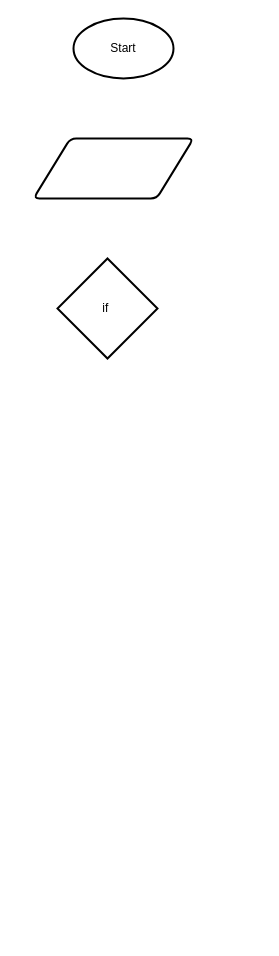
Earlier version of the draw.io diagram Flowchart.drawio (huihangisaac-ho/ICS3U-Unit3-02-Python). Source tidied: cells renumbered, new cells numbered last; positions are measured from the earlier drawing's top-left corner, leaving out a move shared by most shapes. Both pictures are drawn from the tidied source at 100%, with x=0, y=0 at pixel (33, 18).
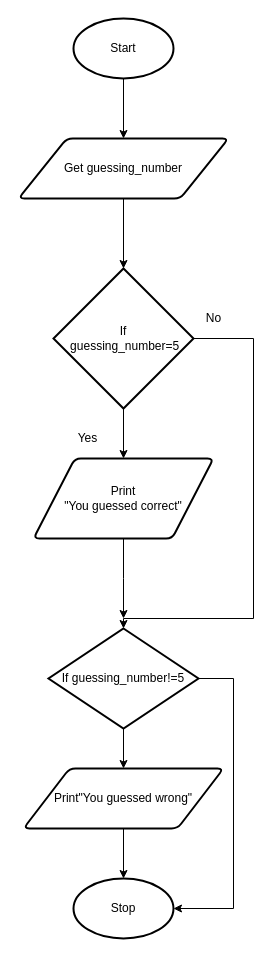
After the change.

The change refers to these unchanged cells:
```xml
<mxCell id="2" value="Start" style="strokeWidth=2;html=1;shape=mxgraph.flowchart.start_1;whiteSpace=wrap;" parent="1" vertex="1">
  <mxGeometry x="40" width="100" height="60" as="geometry" />
</mxCell>
```

Change to the diagram source:
```diff
@@
+    <mxCell id="5" style="edgeStyle=orthogonalEdgeStyle;html=1;exitX=0.5;exitY=1;exitDx=0;exitDy=0;exitPerimeter=0;entryX=0.5;entryY=0;entryDx=0;entryDy=0;rounded=0;" parent="1" edge="1" source="2" target="3">
+      <mxGeometry relative="1" as="geometry" />
+    </mxCell>
@@
+    <mxCell id="6" style="edgeStyle=orthogonalEdgeStyle;rounded=0;html=1;exitX=0.5;exitY=1;exitDx=0;exitDy=0;entryX=0.5;entryY=0;entryDx=0;entryDy=0;entryPerimeter=0;" parent="1" edge="1" source="3" target="4">
+      <mxGeometry relative="1" as="geometry" />
+    </mxCell>
-    <mxCell id="3" style="shape=parallelogram;html=1;strokeWidth=2;perimeter=parallelogramPerimeter;whiteSpace=wrap;rounded=1;arcSize=12;size=0.23;" parent="1" vertex="1">
-      <mxGeometry y="120" width="160" height="60" as="geometry" />
+    <mxCell id="3" value="Get guessing_number" style="shape=parallelogram;html=1;strokeWidth=2;perimeter=parallelogramPerimeter;whiteSpace=wrap;rounded=1;arcSize=12;size=0.23;" parent="1" vertex="1">
+      <mxGeometry x="-15" y="120" width="210" height="60" as="geometry" />
     </mxCell>
+    <mxCell id="7" style="edgeStyle=orthogonalEdgeStyle;rounded=0;html=1;exitX=0.5;exitY=1;exitDx=0;exitDy=0;exitPerimeter=0;" parent="1" edge="1" source="4" target="10">
+      <mxGeometry relative="1" as="geometry" />
+    </mxCell>
+    <mxCell id="8" style="edgeStyle=orthogonalEdgeStyle;rounded=0;html=1;exitX=1;exitY=0.5;exitDx=0;exitDy=0;exitPerimeter=0;entryX=0.5;entryY=0;entryDx=0;entryDy=0;entryPerimeter=0;" parent="1" edge="1" source="4" target="16">
+      <mxGeometry relative="1" as="geometry">
+        <Array as="points">
+          <mxPoint x="220" y="320" />
+          <mxPoint x="220" y="600" />
+        </Array>
+      </mxGeometry>
+    </mxCell>
-    <mxCell id="4" value="if&amp;nbsp;&lt;br&gt;" style="strokeWidth=2;html=1;shape=mxgraph.flowchart.decision;whiteSpace=wrap;" parent="1" vertex="1">
-      <mxGeometry x="24" y="240" width="100" height="100" as="geometry" />
+    <mxCell id="4" value="If &lt;br&gt;&amp;nbsp;guessing_number=5" style="strokeWidth=2;html=1;shape=mxgraph.flowchart.decision;whiteSpace=wrap;" parent="1" vertex="1">
+      <mxGeometry x="20" y="250" width="140" height="140" as="geometry" />
     </mxCell>
+    <mxCell id="9" style="edgeStyle=orthogonalEdgeStyle;rounded=0;html=1;exitX=0.5;exitY=1;exitDx=0;exitDy=0;entryX=0.5;entryY=0;entryDx=0;entryDy=0;entryPerimeter=0;" parent="1" edge="1" source="10">
+      <mxGeometry relative="1" as="geometry">
+        <mxPoint x="90" y="600" as="targetPoint" />
+      </mxGeometry>
+    </mxCell>
+    <mxCell id="10" value="Print&lt;br&gt;&quot;You guessed correct&quot;" style="shape=parallelogram;html=1;strokeWidth=2;perimeter=parallelogramPerimeter;whiteSpace=wrap;rounded=1;arcSize=12;size=0.23;" parent="1" vertex="1">
+      <mxGeometry y="440" width="180" height="80" as="geometry" />
+    </mxCell>
+    <mxCell id="11" value="Yes" style="text;html=1;align=center;verticalAlign=middle;strokeColor=none;fillColor=none;" parent="1" vertex="1">
+      <mxGeometry x="34" y="410" width="40" height="20" as="geometry" />
+    </mxCell>
+    <mxCell id="12" value="Stop" style="strokeWidth=2;html=1;shape=mxgraph.flowchart.start_1;whiteSpace=wrap;" parent="1" vertex="1">
+      <mxGeometry x="40" y="860" width="100" height="60" as="geometry" />
+    </mxCell>
+    <mxCell id="13" value="No" style="text;html=1;align=center;verticalAlign=middle;strokeColor=none;fillColor=none;" parent="1" vertex="1">
+      <mxGeometry x="165" y="290" width="30" height="20" as="geometry" />
+    </mxCell>
+    <mxCell id="14" style="edgeStyle=orthogonalEdgeStyle;rounded=0;html=1;" parent="1" edge="1" source="16" target="18">
+      <mxGeometry relative="1" as="geometry" />
+    </mxCell>
+    <mxCell id="15" style="edgeStyle=orthogonalEdgeStyle;rounded=0;html=1;entryX=1;entryY=0.5;entryDx=0;entryDy=0;entryPerimeter=0;" parent="1" edge="1" source="16" target="12">
+      <mxGeometry relative="1" as="geometry">
+        <Array as="points">
+          <mxPoint x="200" y="660" />
+          <mxPoint x="200" y="890" />
+        </Array>
+      </mxGeometry>
+    </mxCell>
+    <mxCell id="16" value="If guessing_number!=5" style="strokeWidth=2;html=1;shape=mxgraph.flowchart.decision;whiteSpace=wrap;" parent="1" vertex="1">
+      <mxGeometry x="15" y="610" width="150" height="100" as="geometry" />
+    </mxCell>
+    <mxCell id="17" style="edgeStyle=orthogonalEdgeStyle;rounded=0;html=1;" parent="1" edge="1" source="18" target="12">
+      <mxGeometry relative="1" as="geometry" />
+    </mxCell>
+    <mxCell id="18" value="Print&quot;You guessed wrong&quot;" style="shape=parallelogram;html=1;strokeWidth=2;perimeter=parallelogramPerimeter;whiteSpace=wrap;rounded=1;arcSize=12;size=0.23;" parent="1" vertex="1">
+      <mxGeometry x="-10" y="750" width="200" height="60" as="geometry" />
+    </mxCell>
```
